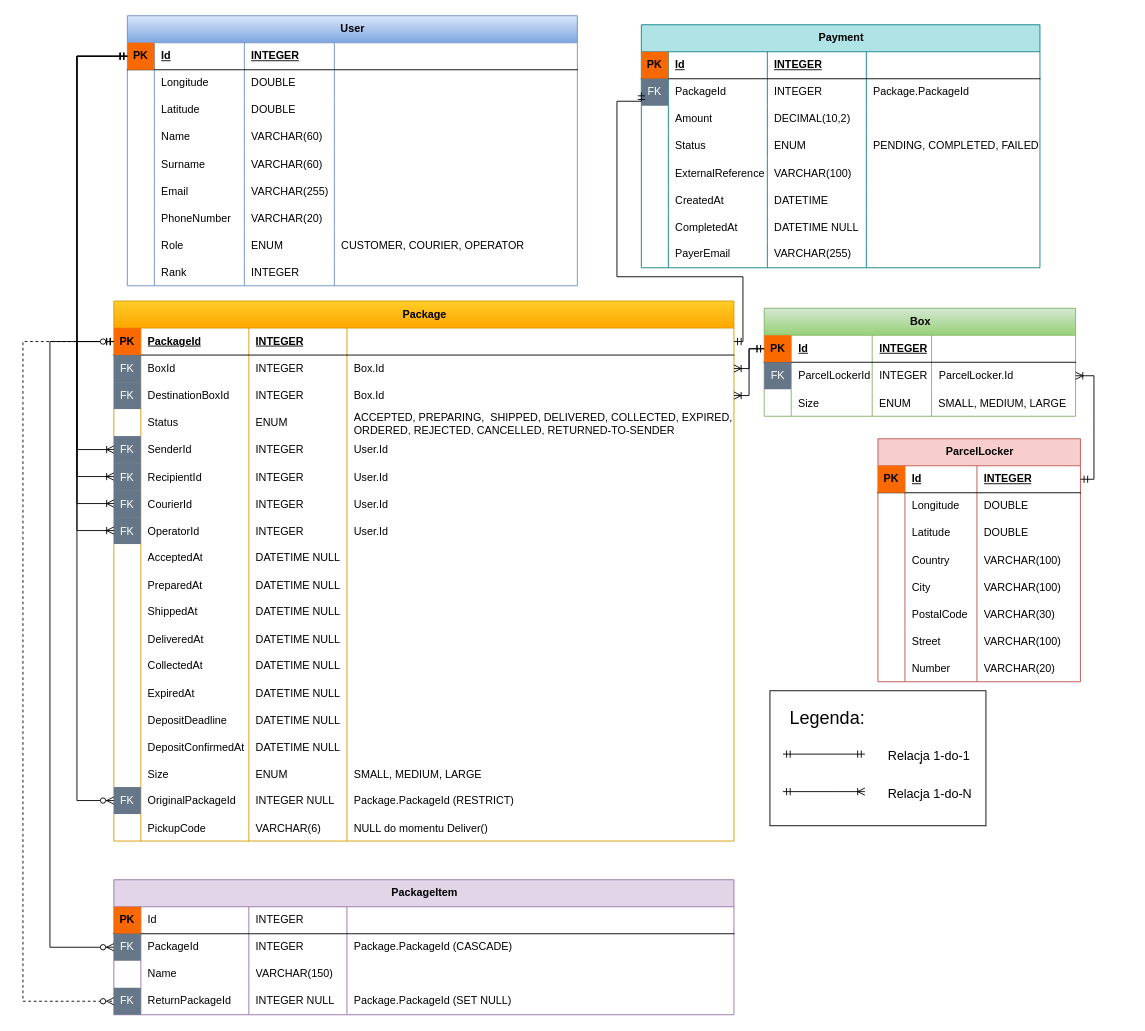
Above: krzycha/docs/nowe/er/IO - diagram ER.drawio.xml in AGH-ISI-projects/package-management (draw.io), before the change. Source tidied: cells renumbered, new cells numbered last; positions are measured from the earlier drawing's top-left corner, leaving out a move shared by most shapes. Both pictures are drawn from the tidied source at 90%, with x=0, y=0 at pixel (22, 15).
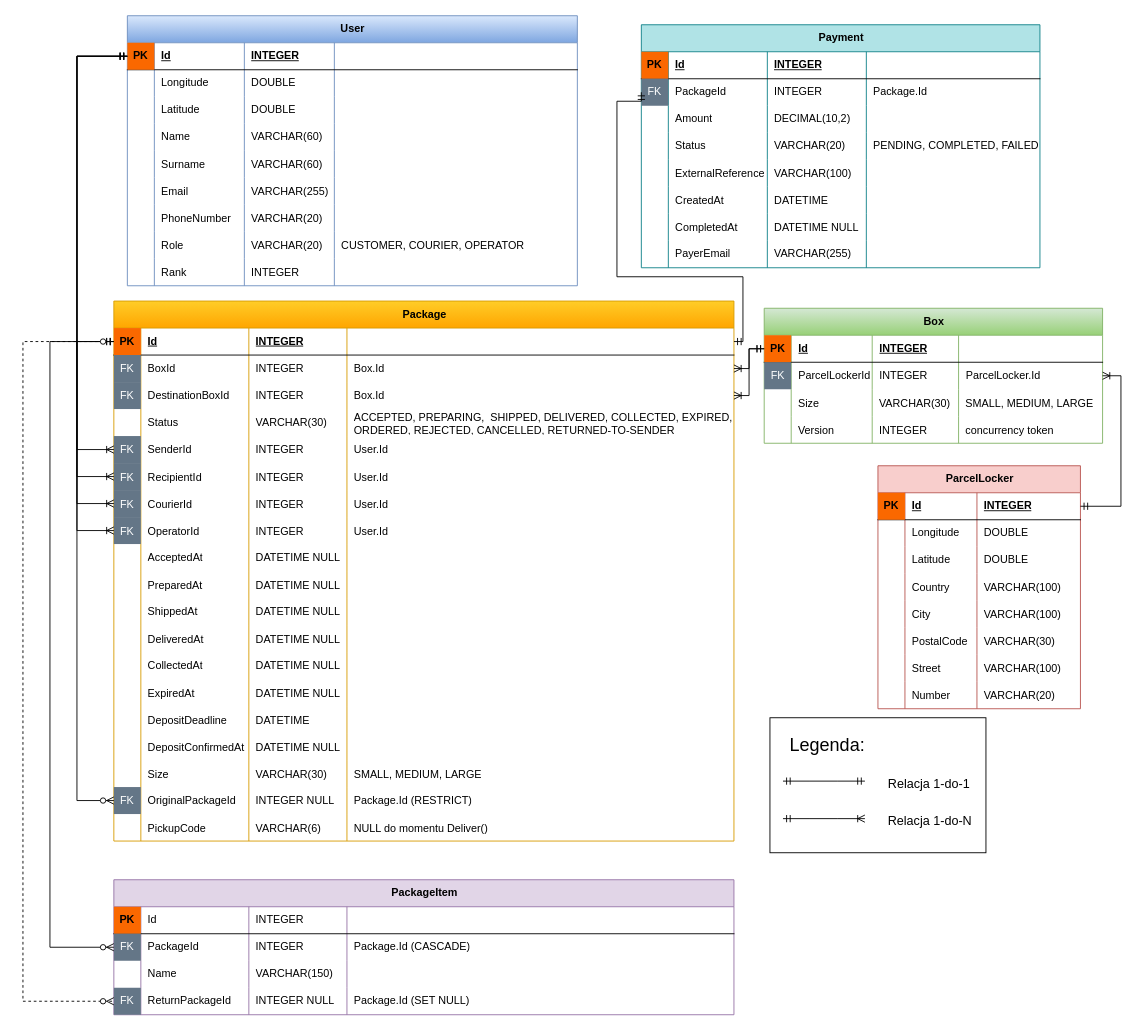
The same diagram, later.

The change refers to these unchanged cells:
```xml
<mxCell id="19" style="shape=tableRow;horizontal=0;startSize=0;swimlaneHead=0;swimlaneBody=0;fillColor=none;points=[[0,0.5],[1,0.5]];portConstraint=eastwest;top=0;left=0;right=0;bottom=1;" parent="18" vertex="1">
  <mxGeometry y="30" width="689" height="30" as="geometry" />
</mxCell>
<mxCell id="34" style="shape=tableRow;horizontal=0;startSize=0;swimlaneHead=0;swimlaneBody=0;fillColor=none;top=0;left=0;right=0;bottom=0;" parent="18" vertex="1">
  <mxGeometry y="120" width="689" height="30" as="geometry" />
</mxCell>
<mxCell id="89" style="shape=tableRow;horizontal=0;startSize=0;swimlaneHead=0;swimlaneBody=0;fillColor=none;top=0;left=0;right=0;bottom=0;" parent="18" vertex="1">
  <mxGeometry y="450" width="689" height="30" as="geometry" />
</mxCell>
<mxCell id="99" style="shape=tableRow;horizontal=0;startSize=0;swimlaneHead=0;swimlaneBody=0;fillColor=none;top=0;left=0;right=0;bottom=0;" parent="18" vertex="1">
  <mxGeometry y="510" width="689" height="30" as="geometry" />
</mxCell>
<mxCell id="105" style="shape=tableRow;horizontal=0;startSize=0;swimlaneHead=0;swimlaneBody=0;fillColor=none;points=[[0,0.5],[1,0.5]];portConstraint=eastwest;top=0;left=0;right=0;bottom=1;" parent="104" vertex="1">
  <mxGeometry y="30" width="225" height="30" as="geometry" />
</mxCell>
<mxCell id="173" style="shape=tableRow;horizontal=0;startSize=0;swimlaneHead=0;swimlaneBody=0;fillColor=none;top=0;left=0;right=0;bottom=0;" parent="137" vertex="1">
  <mxGeometry y="240" width="500" height="30" as="geometry" />
</mxCell>
<mxCell id="199" style="shape=tableRow;horizontal=0;startSize=0;swimlaneHead=0;swimlaneBody=0;fillColor=none;points=[[0,0.5],[1,0.5]];portConstraint=eastwest;top=0;left=0;right=0;bottom=0;" parent="193" vertex="1">
  <mxGeometry y="60" width="442.9" height="30" as="geometry" />
</mxCell>
<mxCell id="209" style="shape=tableRow;horizontal=0;startSize=0;swimlaneHead=0;swimlaneBody=0;fillColor=none;top=0;left=0;right=0;bottom=0;" parent="193" vertex="1">
  <mxGeometry y="120" width="442.9" height="30" as="geometry" />
</mxCell>
<mxCell id="239" style="shape=tableRow;horizontal=0;startSize=0;swimlaneHead=0;swimlaneBody=0;fillColor=none;points=[[0,0.5],[1,0.5]];portConstraint=eastwest;top=0;left=0;right=0;bottom=0;" parent="18" vertex="1">
  <mxGeometry y="540" width="689" height="30" as="geometry" />
</mxCell>
<mxCell id="255" style="shape=tableRow;horizontal=0;startSize=0;swimlaneHead=0;swimlaneBody=0;fillColor=none;points=[[0,0.5],[1,0.5]];portConstraint=eastwest;top=0;left=0;right=0;bottom=0;" parent="249" vertex="1">
  <mxGeometry y="60" width="689" height="30" as="geometry" />
</mxCell>
<mxCell id="265" style="shape=tableRow;horizontal=0;startSize=0;swimlaneHead=0;swimlaneBody=0;fillColor=none;points=[[0,0.5],[1,0.5]];portConstraint=eastwest;top=0;left=0;right=0;bottom=0;" parent="249" vertex="1">
  <mxGeometry y="120" width="689" height="30" as="geometry" />
</mxCell>
```

Diff of the diagram source:
```diff
@@
     <mxCell id="2" value="Box" style="shape=table;startSize=30;childLayout=tableLayout;rowLines=0;fontStyle=1;align=center;html=1;fillColor=#d5e8d4;gradientColor=#97d077;strokeColor=#82b366;swimlaneFillColor=default;" parent="1" vertex="1">
-      <mxGeometry x="823.6" y="325" width="346" height="120" as="geometry" />
+      <mxGeometry x="823.6" y="325" width="376" height="150" as="geometry" />
     </mxCell>
     <mxCell id="3" style="shape=tableRow;horizontal=0;startSize=0;swimlaneHead=0;swimlaneBody=0;fillColor=none;points=[[0,0.5],[1,0.5]];portConstraint=eastwest;top=0;left=0;right=0;bottom=1;" parent="2" vertex="1">
-      <mxGeometry y="30" width="346" height="30" as="geometry" />
+      <mxGeometry y="30" width="376" height="30" as="geometry" />
     </mxCell>
@@
     <mxCell id="6" value="INTEGER" style="shape=partialRectangle;fillColor=none;top=0;left=0;bottom=0;right=0;align=left;spacingLeft=6;fontStyle=5;overflow=hidden;whiteSpace=wrap;html=1;" parent="3" vertex="1">
-      <mxGeometry x="120" width="66" height="30" as="geometry" />
+      <mxGeometry x="120" width="96" height="30" as="geometry" />
     </mxCell>
     <mxCell id="7" style="shape=partialRectangle;fillColor=none;top=0;left=0;bottom=0;right=0;align=left;spacingLeft=6;fontStyle=5;overflow=hidden;whiteSpace=wrap;html=1;" parent="3" vertex="1">
-      <mxGeometry x="186" width="160" height="30" as="geometry" />
+      <mxGeometry x="216" width="160" height="30" as="geometry" />
     </mxCell>
     <mxCell id="8" style="shape=tableRow;horizontal=0;startSize=0;swimlaneHead=0;swimlaneBody=0;fillColor=none;points=[[0,0.5],[1,0.5]];portConstraint=eastwest;top=0;left=0;right=0;bottom=0;" parent="2" vertex="1">
-      <mxGeometry y="60" width="346" height="30" as="geometry" />
+      <mxGeometry y="60" width="376" height="30" as="geometry" />
     </mxCell>
@@
     <mxCell id="11" value="INTEGER" style="shape=partialRectangle;fillColor=none;top=0;left=0;bottom=0;right=0;align=left;spacingLeft=6;fontStyle=0;overflow=hidden;whiteSpace=wrap;html=1;" parent="8" vertex="1">
-      <mxGeometry x="120" width="66" height="30" as="geometry" />
+      <mxGeometry x="120" width="96" height="30" as="geometry" />
     </mxCell>
     <mxCell id="12" value="ParcelLocker.Id" style="shape=partialRectangle;fillColor=none;top=0;left=0;bottom=0;right=0;align=left;spacingLeft=6;fontStyle=0;overflow=hidden;whiteSpace=wrap;html=1;" parent="8" vertex="1">
-      <mxGeometry x="186" width="160" height="30" as="geometry" />
+      <mxGeometry x="216" width="160" height="30" as="geometry" />
     </mxCell>
     <mxCell id="13" style="shape=tableRow;horizontal=0;startSize=0;swimlaneHead=0;swimlaneBody=0;fillColor=none;top=0;left=0;right=0;bottom=0;" parent="2" vertex="1">
-      <mxGeometry y="90" width="346" height="30" as="geometry" />
+      <mxGeometry y="90" width="376" height="30" as="geometry" />
     </mxCell>
@@
-    <mxCell id="16" value="ENUM" style="shape=partialRectangle;fillColor=none;top=0;left=0;bottom=0;right=0;align=left;spacingLeft=6;overflow=hidden;" parent="13" vertex="1">
-      <mxGeometry x="120" width="66" height="30" as="geometry" />
+    <mxCell id="16" value="VARCHAR(30)" style="shape=partialRectangle;fillColor=none;top=0;left=0;bottom=0;right=0;align=left;spacingLeft=6;overflow=hidden;" parent="13" vertex="1">
+      <mxGeometry x="120" width="96" height="30" as="geometry" />
     </mxCell>
     <mxCell id="17" value="SMALL, MEDIUM, LARGE" style="shape=partialRectangle;fillColor=none;top=0;left=0;bottom=0;right=0;align=left;spacingLeft=6;overflow=hidden;" parent="13" vertex="1">
-      <mxGeometry x="186" width="160" height="30" as="geometry" />
+      <mxGeometry x="216" width="160" height="30" as="geometry" />
     </mxCell>
+    <mxCell id="273" style="shape=tableRow;horizontal=0;startSize=0;swimlaneHead=0;swimlaneBody=0;fillColor=none;top=0;left=0;right=0;bottom=0;" parent="2" vertex="1">
+      <mxGeometry y="120" width="376" height="30" as="geometry" />
+    </mxCell>
+    <mxCell id="274" style="shape=partialRectangle;fillColor=none;top=0;left=0;bottom=0;right=0;overflow=hidden;" parent="273" vertex="1">
+      <mxGeometry width="30" height="30" as="geometry" />
+    </mxCell>
+    <mxCell id="275" value="Version" style="shape=partialRectangle;fillColor=none;top=0;left=0;bottom=0;right=0;align=left;spacingLeft=6;overflow=hidden;" parent="273" vertex="1">
+      <mxGeometry x="30" width="90" height="30" as="geometry" />
+    </mxCell>
+    <mxCell id="276" value="INTEGER" style="shape=partialRectangle;fillColor=none;top=0;left=0;bottom=0;right=0;align=left;spacingLeft=6;overflow=hidden;" parent="273" vertex="1">
+      <mxGeometry x="120" width="96" height="30" as="geometry" />
+    </mxCell>
+    <mxCell id="277" value="concurrency token" style="shape=partialRectangle;fillColor=none;top=0;left=0;bottom=0;right=0;align=left;spacingLeft=6;overflow=hidden;" parent="273" vertex="1">
+      <mxGeometry x="216" width="160" height="30" as="geometry" />
+    </mxCell>
@@
-    <mxCell id="21" value="PackageId" style="shape=partialRectangle;fillColor=none;top=0;left=0;bottom=0;right=0;align=left;spacingLeft=6;fontStyle=5;overflow=hidden;whiteSpace=wrap;html=1;" parent="19" vertex="1">
+    <mxCell id="21" value="Id" style="shape=partialRectangle;fillColor=none;top=0;left=0;bottom=0;right=0;align=left;spacingLeft=6;fontStyle=5;overflow=hidden;whiteSpace=wrap;html=1;" parent="19" vertex="1">
       <mxGeometry x="30" width="120" height="30" as="geometry" />
     </mxCell>
@@
-    <mxCell id="37" value="ENUM" style="shape=partialRectangle;fillColor=none;top=0;left=0;bottom=0;right=0;align=left;spacingLeft=6;overflow=hidden;whiteSpace=wrap;html=1;" parent="34" vertex="1">
+    <mxCell id="37" value="VARCHAR(30)" style="shape=partialRectangle;fillColor=none;top=0;left=0;bottom=0;right=0;align=left;spacingLeft=6;overflow=hidden;whiteSpace=wrap;html=1;" parent="34" vertex="1">
       <mxGeometry x="150" width="109" height="30" as="geometry" />
     </mxCell>
@@
-    <mxCell id="92" value="DATETIME NULL" style="shape=partialRectangle;fillColor=none;top=0;left=0;bottom=0;right=0;align=left;spacingLeft=6;overflow=hidden;" parent="89" vertex="1">
+    <mxCell id="92" value="DATETIME" style="shape=partialRectangle;fillColor=none;top=0;left=0;bottom=0;right=0;align=left;spacingLeft=6;overflow=hidden;" parent="89" vertex="1">
       <mxGeometry x="150" width="109" height="30" as="geometry" />
     </mxCell>
@@
-    <mxCell id="102" value="ENUM" style="shape=partialRectangle;fillColor=none;top=0;left=0;bottom=0;right=0;align=left;spacingLeft=6;overflow=hidden;" parent="99" vertex="1">
+    <mxCell id="102" value="VARCHAR(30)" style="shape=partialRectangle;fillColor=none;top=0;left=0;bottom=0;right=0;align=left;spacingLeft=6;overflow=hidden;" parent="99" vertex="1">
       <mxGeometry x="150" width="109" height="30" as="geometry" />
     </mxCell>
@@
     <mxCell id="104" value="ParcelLocker" style="shape=table;startSize=30;childLayout=tableLayout;rowLines=0;fontStyle=1;align=center;html=1;swimlaneFillColor=default;fillColor=#f8cecc;strokeColor=#b85450;gradientColor=none;" parent="1" vertex="1">
-      <mxGeometry x="950" y="470" width="225" height="270" as="geometry" />
+      <mxGeometry x="950" y="500" width="225" height="270" as="geometry" />
     </mxCell>
@@
-    <mxCell id="176" value="ENUM" style="shape=partialRectangle;fillColor=none;top=0;left=0;bottom=0;right=0;align=left;spacingLeft=6;overflow=hidden;" parent="173" vertex="1">
+    <mxCell id="176" value="VARCHAR(20)" style="shape=partialRectangle;fillColor=none;top=0;left=0;bottom=0;right=0;align=left;spacingLeft=6;overflow=hidden;" parent="173" vertex="1">
       <mxGeometry x="130" width="100" height="30" as="geometry" />
     </mxCell>
@@
     <mxCell id="184" style="edgeStyle=orthogonalEdgeStyle;fontSize=12;html=1;endArrow=ERoneToMany;startArrow=ERmandOne;rounded=0;defaultLabelBackgroundColor=gap;exitX=1;exitY=0.5;exitDx=0;exitDy=0;entryX=1;entryY=0.5;entryDx=0;entryDy=0;" parent="1" edge="1" source="105" target="8">
       <mxGeometry x="-0.75" relative="1" as="geometry">
         <Array as="points">
-          <mxPoint x="1190" y="515" />
-          <mxPoint x="1190" y="400" />
+          <mxPoint x="1220" y="545" />
+          <mxPoint x="1220" y="400" />
         </Array>
       </mxGeometry>
     </mxCell>
@@
     <mxCell id="186" style="group;" parent="1" vertex="1">
-      <mxGeometry x="830" y="750" width="240" height="150" as="geometry" />
+      <mxGeometry x="830" y="780" width="240" height="150" as="geometry" />
     </mxCell>
@@
-    <mxCell id="203" value="Package.PackageId" style="shape=partialRectangle;fillColor=none;top=0;left=0;bottom=0;right=0;align=left;spacingLeft=6;overflow=hidden;whiteSpace=wrap;html=1;" parent="199" vertex="1">
+    <mxCell id="203" value="Package.Id" style="shape=partialRectangle;fillColor=none;top=0;left=0;bottom=0;right=0;align=left;spacingLeft=6;overflow=hidden;whiteSpace=wrap;html=1;" parent="199" vertex="1">
       <mxGeometry x="250" width="192.9" height="30" as="geometry" />
     </mxCell>
@@
-    <mxCell id="212" value="ENUM" style="shape=partialRectangle;fillColor=none;top=0;left=0;bottom=0;right=0;align=left;spacingLeft=6;overflow=hidden;whiteSpace=wrap;html=1;" parent="209" vertex="1">
+    <mxCell id="212" value="VARCHAR(20)" style="shape=partialRectangle;fillColor=none;top=0;left=0;bottom=0;right=0;align=left;spacingLeft=6;overflow=hidden;whiteSpace=wrap;html=1;" parent="209" vertex="1">
       <mxGeometry x="140" width="110" height="30" as="geometry" />
     </mxCell>
@@
-    <mxCell id="243" value="Package.PackageId (RESTRICT)" style="shape=partialRectangle;fillColor=none;top=0;left=0;bottom=0;right=0;align=left;spacingLeft=6;overflow=hidden;whiteSpace=wrap;html=1;" parent="239" vertex="1">
+    <mxCell id="243" value="Package.Id (RESTRICT)" style="shape=partialRectangle;fillColor=none;top=0;left=0;bottom=0;right=0;align=left;spacingLeft=6;overflow=hidden;whiteSpace=wrap;html=1;" parent="239" vertex="1">
       <mxGeometry x="259" width="430" height="30" as="geometry" />
     </mxCell>
@@
-    <mxCell id="259" value="Package.PackageId (CASCADE)" style="shape=partialRectangle;fillColor=none;top=0;left=0;bottom=0;right=0;align=left;spacingLeft=6;overflow=hidden;whiteSpace=wrap;html=1;" parent="255" vertex="1">
+    <mxCell id="259" value="Package.Id (CASCADE)" style="shape=partialRectangle;fillColor=none;top=0;left=0;bottom=0;right=0;align=left;spacingLeft=6;overflow=hidden;whiteSpace=wrap;html=1;" parent="255" vertex="1">
       <mxGeometry x="259" width="430" height="30" as="geometry" />
     </mxCell>
@@
-    <mxCell id="269" value="Package.PackageId (SET NULL)" style="shape=partialRectangle;fillColor=none;top=0;left=0;bottom=0;right=0;align=left;spacingLeft=6;overflow=hidden;whiteSpace=wrap;html=1;" parent="265" vertex="1">
+    <mxCell id="269" value="Package.Id (SET NULL)" style="shape=partialRectangle;fillColor=none;top=0;left=0;bottom=0;right=0;align=left;spacingLeft=6;overflow=hidden;whiteSpace=wrap;html=1;" parent="265" vertex="1">
       <mxGeometry x="259" width="430" height="30" as="geometry" />
     </mxCell>
```
